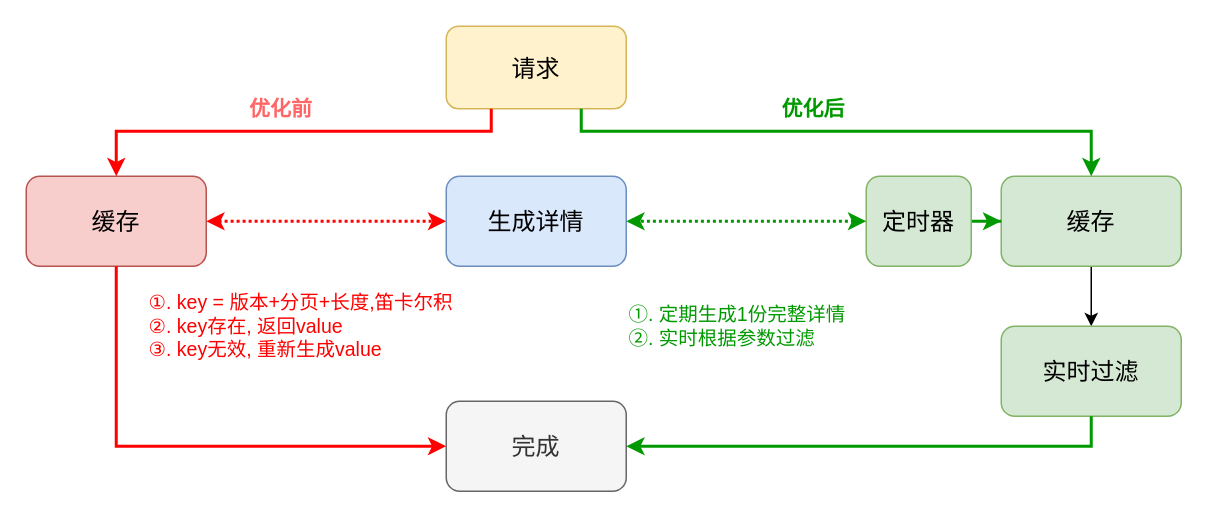
This is test4.drawio from lewiskyo/test_git, a draw.io file, before an edit. Source tidied: cells renumbered, new cells numbered last; positions are measured from the earlier drawing's top-left corner, leaving out a move shared by most shapes. Both pictures are drawn from the tidied source at 150%, with x=0, y=0 at pixel (26, 26).
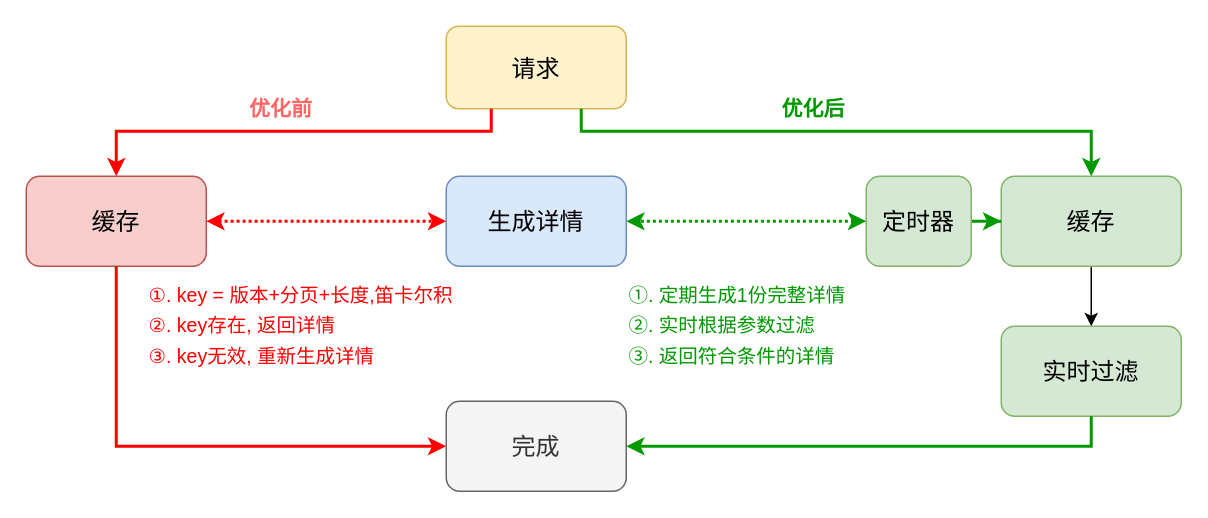
After the change.

Change to the diagram source:
```diff
@@
-    <mxCell id="19" value="&lt;font style=&quot;font-size: 13px;&quot; color=&quot;#ff0000&quot;&gt;①. key = 版本+分页+长度,笛卡尔积&lt;br&gt;②. key存在, 返回value&lt;br&gt;③. key无效, 重新生成value&lt;/font&gt;" style="text;html=1;strokeColor=none;fillColor=none;align=left;verticalAlign=middle;whiteSpace=wrap;rounded=0;" parent="1" vertex="1">
+    <mxCell id="19" value="&lt;p style=&quot;line-height: 160%;&quot;&gt;&lt;font style=&quot;font-size: 13px;&quot; color=&quot;#ff0000&quot;&gt;①. key = 版本+分页+长度,笛卡尔积&lt;br&gt;②. key存在, 返回详情&lt;br&gt;③. key无效, 重新生成详情&lt;/font&gt;&lt;/p&gt;" style="text;html=1;strokeColor=none;fillColor=none;align=left;verticalAlign=middle;whiteSpace=wrap;rounded=0;" parent="1" vertex="1">
       <mxGeometry x="80" y="160" width="210" height="80" as="geometry" />
     </mxCell>
-    <mxCell id="20" value="&lt;font style=&quot;font-size: 13px;&quot;&gt;①. 定期生成1份完整详情&lt;br&gt;②. 实时根据参数过滤&lt;br&gt;&lt;/font&gt;" style="text;html=1;strokeColor=none;fillColor=none;align=left;verticalAlign=middle;whiteSpace=wrap;rounded=0;fontColor=#009900;" parent="1" vertex="1">
+    <mxCell id="20" value="&lt;p style=&quot;line-height: 160%;&quot;&gt;&lt;font style=&quot;font-size: 13px;&quot;&gt;①. 定期生成1份完整详情&lt;br&gt;②. 实时根据参数过滤&lt;br&gt;③. 返回符合条件的详情&lt;br&gt;&lt;/font&gt;&lt;/p&gt;" style="text;html=1;strokeColor=none;fillColor=none;align=left;verticalAlign=middle;whiteSpace=wrap;rounded=0;fontColor=#009900;" parent="1" vertex="1">
       <mxGeometry x="400" y="160" width="210" height="80" as="geometry" />
     </mxCell>
```
